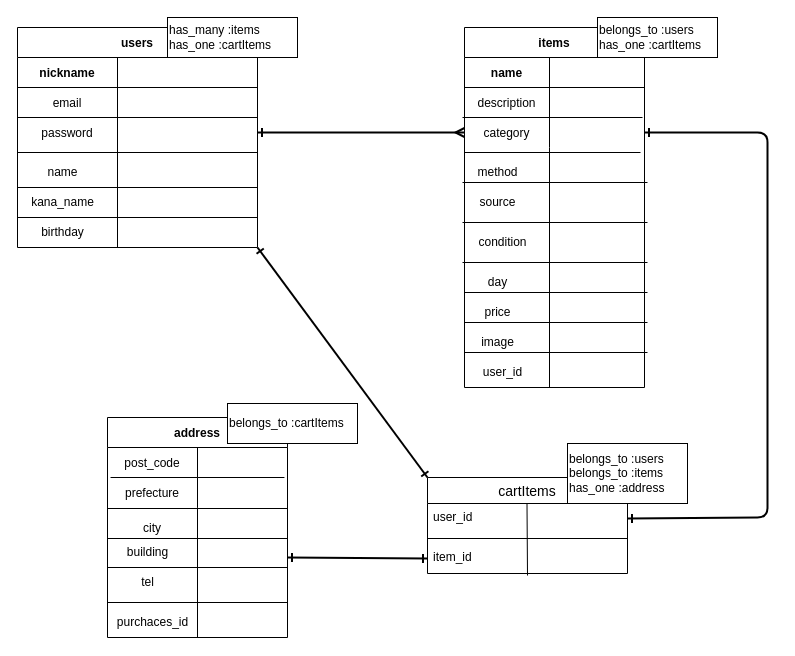
This is ER.dio from yidong4510/furima-40216, a draw.io file, before an edit. Source tidied: cells renumbered, new cells numbered last; positions are measured from the earlier drawing's top-left corner, leaving out a move shared by most shapes. Both pictures are drawn from the tidied source at 100%, with x=0, y=0 at pixel (17, 17).
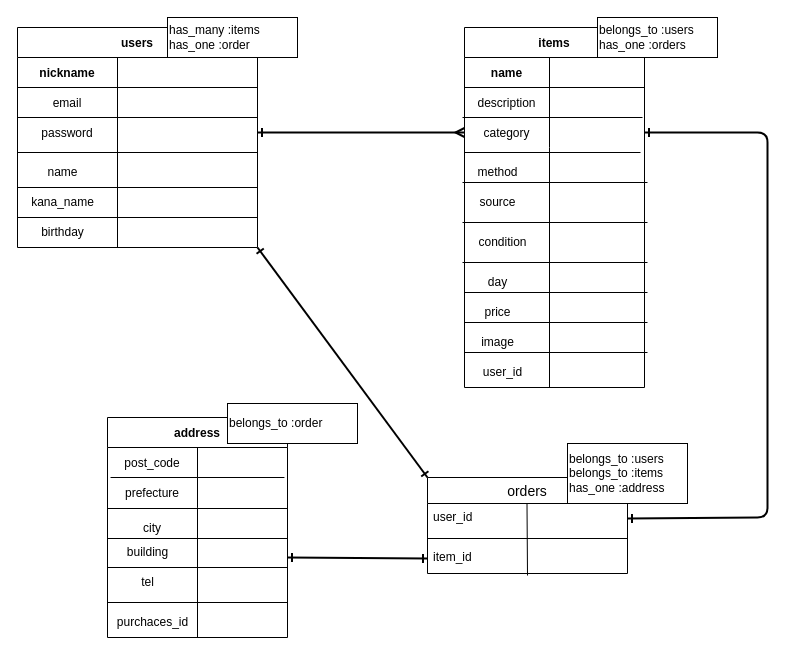
The same diagram, later.

Change to the diagram source:
```diff
@@
-    <mxCell id="57" value="cartItems" style="swimlane;fontStyle=0;horizontal=1;startSize=26;align=center;fontSize=14;" parent="1" vertex="1">
+    <mxCell id="57" value="orders" style="swimlane;fontStyle=0;horizontal=1;startSize=26;align=center;fontSize=14;" parent="1" vertex="1">
       <mxGeometry x="410" y="460" width="200" height="96" as="geometry" />
     </mxCell>
@@
-    <mxCell id="79" value="has_many :items&lt;br&gt;has_one :cartItems" style="whiteSpace=wrap;html=1;align=left;" parent="1" vertex="1">
+    <mxCell id="79" value="has_many :items&lt;br&gt;has_one :order" style="whiteSpace=wrap;html=1;align=left;" parent="1" vertex="1">
       <mxGeometry x="150" width="130" height="40" as="geometry" />
     </mxCell>
-    <mxCell id="80" value="belongs_to :users&lt;br&gt;has_one :cartItems" style="whiteSpace=wrap;html=1;align=left;" parent="1" vertex="1">
+    <mxCell id="80" value="belongs_to :users&lt;br&gt;has_one :orders" style="whiteSpace=wrap;html=1;align=left;" parent="1" vertex="1">
       <mxGeometry x="580" width="120" height="40" as="geometry" />
     </mxCell>
@@
-    <mxCell id="82" value="belongs_to :cartItems" style="whiteSpace=wrap;html=1;align=left;" parent="1" vertex="1">
+    <mxCell id="82" value="belongs_to :order" style="whiteSpace=wrap;html=1;align=left;" parent="1" vertex="1">
       <mxGeometry x="210" y="386" width="130" height="40" as="geometry" />
     </mxCell>
```
